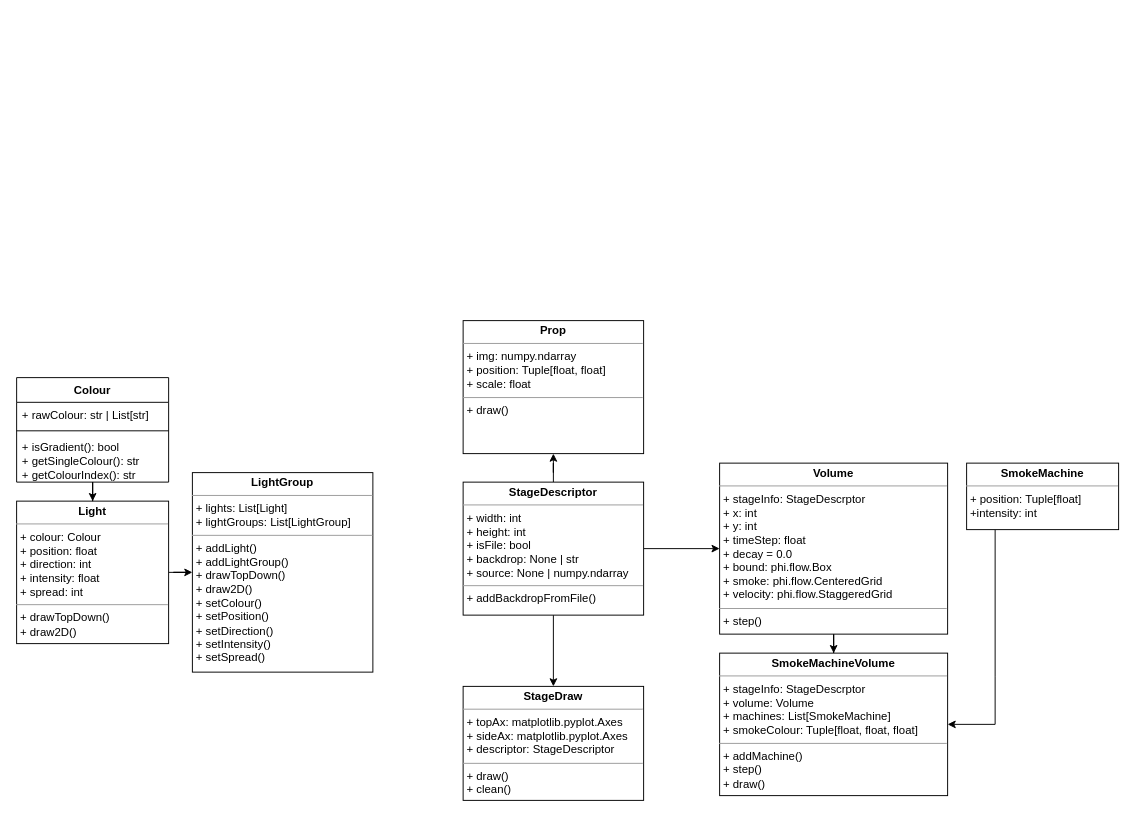
Above: docs/report/uml.drawio in imlodinu/comp1005-spinal_tap_sim (draw.io), before the change. Source tidied: cells renumbered, new cells numbered last; positions are measured from the earlier drawing's top-left corner, leaving out a move shared by most shapes. Both pictures are drawn from the tidied source at 95%, with x=0, y=0 at pixel (16, 320).
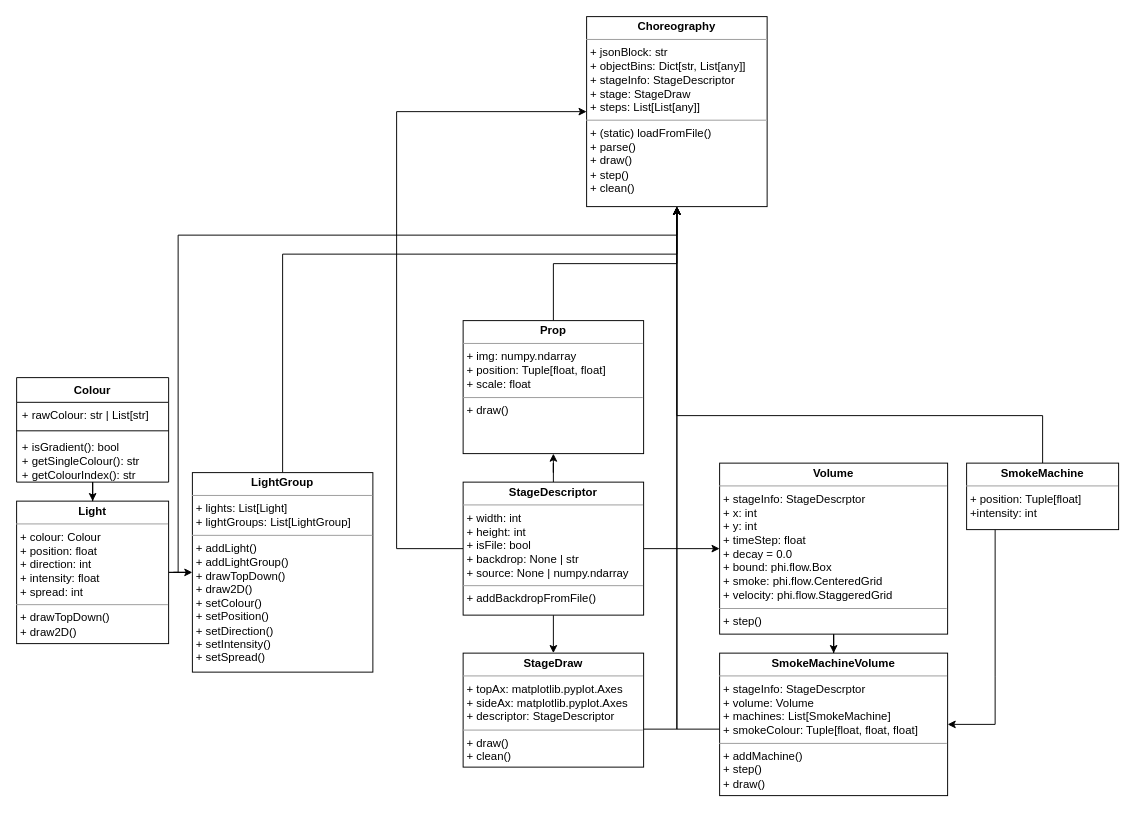
The same diagram, later.

Unchanged cells that the change refers to:
```xml
<mxCell id="3" value="&lt;p style=&quot;margin:0px;margin-top:4px;text-align:center;&quot;&gt;&lt;b&gt;Light&lt;br&gt;&lt;/b&gt;&lt;/p&gt;&lt;hr size=&quot;1&quot;&gt;&lt;p style=&quot;margin:0px;margin-left:4px;&quot;&gt;+ colour: Colour&lt;/p&gt;&lt;p style=&quot;margin:0px;margin-left:4px;&quot;&gt;+ position: float&lt;/p&gt;&lt;p style=&quot;margin:0px;margin-left:4px;&quot;&gt;+ direction: int&lt;/p&gt;&lt;p style=&quot;margin:0px;margin-left:4px;&quot;&gt;+ intensity: float&lt;/p&gt;&lt;p style=&quot;margin:0px;margin-left:4px;&quot;&gt;+ spread: int&lt;br&gt;&lt;/p&gt;&lt;hr size=&quot;1&quot;&gt;&lt;p style=&quot;margin:0px;margin-left:4px;&quot;&gt;+ drawTopDown()&lt;/p&gt;&lt;p style=&quot;margin:0px;margin-left:4px;&quot;&gt;+ draw2D()&lt;/p&gt;" style="verticalAlign=top;align=left;overflow=fill;fontSize=12;fontFamily=Helvetica;html=1;whiteSpace=wrap;" parent="1" vertex="1">
  <mxGeometry y="190" width="160" height="150" as="geometry" />
</mxCell>
<mxCell id="9" value="&lt;p style=&quot;margin:0px;margin-top:4px;text-align:center;&quot;&gt;&lt;b&gt;LightGroup&lt;/b&gt;&lt;br&gt;&lt;/p&gt;&lt;hr size=&quot;1&quot;&gt;&lt;p style=&quot;margin:0px;margin-left:4px;&quot;&gt;+ lights: List[Light]&lt;/p&gt;&lt;p style=&quot;margin:0px;margin-left:4px;&quot;&gt;+ lightGroups: List[LightGroup]&lt;br&gt;&lt;/p&gt;&lt;hr size=&quot;1&quot;&gt;&lt;p style=&quot;margin:0px;margin-left:4px;&quot;&gt;+ addLight()&lt;/p&gt;&lt;p style=&quot;margin:0px;margin-left:4px;&quot;&gt;+ addLightGroup()&lt;/p&gt;&lt;p style=&quot;margin:0px;margin-left:4px;&quot;&gt;+ drawTopDown()&lt;/p&gt;&lt;p style=&quot;margin:0px;margin-left:4px;&quot;&gt;+ draw2D()&lt;/p&gt;&lt;p style=&quot;margin:0px;margin-left:4px;&quot;&gt;+ setColour()&lt;/p&gt;&lt;p style=&quot;margin:0px;margin-left:4px;&quot;&gt;+ setPosition()&lt;/p&gt;&lt;p style=&quot;margin:0px;margin-left:4px;&quot;&gt;+ setDirection()&lt;/p&gt;&lt;p style=&quot;margin:0px;margin-left:4px;&quot;&gt;+ setIntensity()&lt;/p&gt;&lt;p style=&quot;margin:0px;margin-left:4px;&quot;&gt;+ setSpread()&lt;br&gt;&lt;/p&gt;" style="verticalAlign=top;align=left;overflow=fill;fontSize=12;fontFamily=Helvetica;html=1;whiteSpace=wrap;" parent="1" vertex="1">
  <mxGeometry x="185" y="160" width="190" height="210" as="geometry" />
</mxCell>
<mxCell id="11" value="&lt;p style=&quot;margin:0px;margin-top:4px;text-align:center;&quot;&gt;&lt;b&gt;SmokeMachine&lt;br&gt;&lt;/b&gt;&lt;/p&gt;&lt;hr size=&quot;1&quot;&gt;&lt;p style=&quot;margin:0px;margin-left:4px;&quot;&gt;+ position: Tuple[float]&lt;br&gt;&lt;/p&gt;&lt;p style=&quot;margin:0px;margin-left:4px;&quot;&gt;+intensity: int&lt;br&gt;&lt;/p&gt;" style="verticalAlign=top;align=left;overflow=fill;fontSize=12;fontFamily=Helvetica;html=1;whiteSpace=wrap;" parent="1" vertex="1">
  <mxGeometry x="1000" y="150" width="160" height="70" as="geometry" />
</mxCell>
<mxCell id="15" value="&lt;p style=&quot;margin:0px;margin-top:4px;text-align:center;&quot;&gt;&lt;b&gt;StageDescriptor&lt;br&gt;&lt;/b&gt;&lt;/p&gt;&lt;hr size=&quot;1&quot;&gt;&lt;p style=&quot;margin:0px;margin-left:4px;&quot;&gt;+ width: int&lt;/p&gt;&lt;p style=&quot;margin:0px;margin-left:4px;&quot;&gt;+ height: int&lt;/p&gt;&lt;p style=&quot;margin:0px;margin-left:4px;&quot;&gt;+ isFile: bool&lt;/p&gt;&lt;p style=&quot;margin:0px;margin-left:4px;&quot;&gt;+ backdrop: None | str&lt;/p&gt;&lt;p style=&quot;margin:0px;margin-left:4px;&quot;&gt;+ source: None | numpy.ndarray&lt;br&gt;&lt;/p&gt;&lt;hr size=&quot;1&quot;&gt;&lt;p style=&quot;margin:0px;margin-left:4px;&quot;&gt;+ addBackdropFromFile()&lt;/p&gt;" style="verticalAlign=top;align=left;overflow=fill;fontSize=12;fontFamily=Helvetica;html=1;whiteSpace=wrap;" parent="1" vertex="1">
  <mxGeometry x="470" y="170" width="190" height="140" as="geometry" />
</mxCell>
<mxCell id="19" value="&lt;p style=&quot;margin:0px;margin-top:4px;text-align:center;&quot;&gt;&lt;b&gt;SmokeMachineVolume&lt;br&gt;&lt;/b&gt;&lt;/p&gt;&lt;hr size=&quot;1&quot;&gt;&lt;p style=&quot;margin:0px;margin-left:4px;&quot;&gt;+ stageInfo: StageDescrptor&lt;/p&gt;&lt;p style=&quot;margin:0px;margin-left:4px;&quot;&gt;+ volume: Volume&lt;/p&gt;&lt;p style=&quot;margin:0px;margin-left:4px;&quot;&gt;+ machines: List[SmokeMachine]&lt;/p&gt;&lt;p style=&quot;margin:0px;margin-left:4px;&quot;&gt;+ smokeColour: Tuple[float, float, float]&lt;br&gt;&lt;/p&gt;&lt;hr size=&quot;1&quot;&gt;&lt;p style=&quot;margin:0px;margin-left:4px;&quot;&gt;+ addMachine()&lt;/p&gt;&lt;p style=&quot;margin:0px;margin-left:4px;&quot;&gt;+ step()&lt;/p&gt;&lt;p style=&quot;margin:0px;margin-left:4px;&quot;&gt;+ draw()&lt;/p&gt;&lt;p style=&quot;margin:0px;margin-left:4px;&quot;&gt;&lt;br&gt;&lt;/p&gt;" style="verticalAlign=top;align=left;overflow=fill;fontSize=12;fontFamily=Helvetica;html=1;whiteSpace=wrap;" parent="1" vertex="1">
  <mxGeometry x="740" y="350" width="240" height="150" as="geometry" />
</mxCell>
<mxCell id="20" value="&lt;p style=&quot;margin:0px;margin-top:4px;text-align:center;&quot;&gt;&lt;b&gt;Prop&lt;br&gt;&lt;/b&gt;&lt;/p&gt;&lt;hr size=&quot;1&quot;&gt;&lt;p style=&quot;margin:0px;margin-left:4px;&quot;&gt;+ img: numpy.ndarray&lt;/p&gt;&lt;p style=&quot;margin:0px;margin-left:4px;&quot;&gt;+ position: Tuple[float, float]&lt;/p&gt;&lt;p style=&quot;margin:0px;margin-left:4px;&quot;&gt;+ scale: float&lt;br&gt;&lt;/p&gt;&lt;hr size=&quot;1&quot;&gt;&lt;p style=&quot;margin:0px;margin-left:4px;&quot;&gt;+ draw()&lt;/p&gt;" style="verticalAlign=top;align=left;overflow=fill;fontSize=12;fontFamily=Helvetica;html=1;whiteSpace=wrap;" parent="1" vertex="1">
  <mxGeometry x="470" width="190" height="140" as="geometry" />
</mxCell>
```

The edit, as a diff of the source:
```diff
@@
+    <mxCell id="21" style="edgeStyle=orthogonalEdgeStyle;rounded=0;jettySize=auto;html=1;" parent="1" edge="1" source="3" target="28">
+      <mxGeometry relative="1" as="geometry">
+        <Array as="points">
+          <mxPoint x="170" y="265" />
+          <mxPoint x="170" y="-90" />
+          <mxPoint x="695" y="-90" />
+        </Array>
+      </mxGeometry>
+    </mxCell>
@@
+    <mxCell id="22" style="edgeStyle=orthogonalEdgeStyle;rounded=0;jettySize=auto;html=1;" parent="1" edge="1" source="9" target="28">
+      <mxGeometry relative="1" as="geometry">
+        <Array as="points">
+          <mxPoint x="280" y="-70" />
+          <mxPoint x="695" y="-70" />
+        </Array>
+      </mxGeometry>
+    </mxCell>
@@
+    <mxCell id="23" style="edgeStyle=orthogonalEdgeStyle;rounded=0;jettySize=auto;html=1;" parent="1" edge="1" source="11" target="28">
+      <mxGeometry relative="1" as="geometry">
+        <Array as="points">
+          <mxPoint x="1080" y="100" />
+          <mxPoint x="695" y="100" />
+        </Array>
+      </mxGeometry>
+    </mxCell>
@@
+    <mxCell id="24" style="edgeStyle=orthogonalEdgeStyle;rounded=0;jettySize=auto;html=1;" parent="1" edge="1" source="15" target="28">
+      <mxGeometry relative="1" as="geometry">
+        <Array as="points">
+          <mxPoint x="400" y="240" />
+          <mxPoint x="400" y="-220" />
+        </Array>
+      </mxGeometry>
+    </mxCell>
@@
+    <mxCell id="25" style="edgeStyle=orthogonalEdgeStyle;rounded=0;jettySize=auto;html=1;" parent="1" edge="1" source="16" target="28">
+      <mxGeometry relative="1" as="geometry">
+        <Array as="points">
+          <mxPoint x="695" y="430" />
+        </Array>
+      </mxGeometry>
+    </mxCell>
     <mxCell id="16" value="&lt;p style=&quot;margin:0px;margin-top:4px;text-align:center;&quot;&gt;&lt;b&gt;StageDraw&lt;br&gt;&lt;/b&gt;&lt;/p&gt;&lt;hr size=&quot;1&quot;&gt;&lt;p style=&quot;margin:0px;margin-left:4px;&quot;&gt;+ topAx: matplotlib.pyplot.Axes&lt;/p&gt;&lt;p style=&quot;margin:0px;margin-left:4px;&quot;&gt;+ sideAx: matplotlib.pyplot.Axes&lt;/p&gt;&lt;p style=&quot;margin:0px;margin-left:4px;&quot;&gt;+ descriptor: StageDescriptor&lt;br&gt;&lt;/p&gt;&lt;hr size=&quot;1&quot;&gt;&lt;p style=&quot;margin:0px;margin-left:4px;&quot;&gt;+ draw()&lt;/p&gt;&lt;p style=&quot;margin:0px;margin-left:4px;&quot;&gt;+ clean()&lt;br&gt;&lt;/p&gt;" style="verticalAlign=top;align=left;overflow=fill;fontSize=12;fontFamily=Helvetica;html=1;whiteSpace=wrap;" parent="1" vertex="1">
-      <mxGeometry x="470" y="385" width="190" height="120" as="geometry" />
+      <mxGeometry x="470" y="350" width="190" height="120" as="geometry" />
     </mxCell>
@@
+    <mxCell id="26" style="edgeStyle=orthogonalEdgeStyle;rounded=0;jettySize=auto;html=1;" parent="1" edge="1" source="19" target="28">
+      <mxGeometry relative="1" as="geometry">
+        <Array as="points">
+          <mxPoint x="695" y="430" />
+        </Array>
+      </mxGeometry>
+    </mxCell>
@@
+    <mxCell id="27" style="edgeStyle=orthogonalEdgeStyle;rounded=0;jettySize=auto;html=1;" parent="1" edge="1" source="20" target="28">
+      <mxGeometry relative="1" as="geometry" />
+    </mxCell>
@@
+    <mxCell id="28" value="&lt;p style=&quot;margin:0px;margin-top:4px;text-align:center;&quot;&gt;&lt;b&gt;Choreography&lt;/b&gt;&lt;br&gt;&lt;/p&gt;&lt;hr size=&quot;1&quot;&gt;&lt;p style=&quot;margin:0px;margin-left:4px;&quot;&gt;+ jsonBlock: str&lt;br&gt;&lt;/p&gt;&lt;p style=&quot;margin:0px;margin-left:4px;&quot;&gt;+ objectBins: Dict[str, List[any]]&lt;/p&gt;&lt;p style=&quot;margin:0px;margin-left:4px;&quot;&gt;+ stageInfo: StageDescriptor&lt;/p&gt;&lt;p style=&quot;margin:0px;margin-left:4px;&quot;&gt;+ stage: StageDraw&lt;/p&gt;&lt;p style=&quot;margin:0px;margin-left:4px;&quot;&gt;+ steps: List[List[any]]&lt;br&gt;&lt;/p&gt;&lt;hr size=&quot;1&quot;&gt;&lt;p style=&quot;margin:0px;margin-left:4px;&quot;&gt;+ (static) loadFromFile()&lt;/p&gt;&lt;p style=&quot;margin:0px;margin-left:4px;&quot;&gt;+ parse()&lt;/p&gt;&lt;p style=&quot;margin:0px;margin-left:4px;&quot;&gt;+ draw()&lt;/p&gt;&lt;p style=&quot;margin:0px;margin-left:4px;&quot;&gt;+ step()&lt;/p&gt;&lt;p style=&quot;margin:0px;margin-left:4px;&quot;&gt;+ clean()&lt;br&gt;&lt;/p&gt;" style="verticalAlign=top;align=left;overflow=fill;fontSize=12;fontFamily=Helvetica;html=1;whiteSpace=wrap;" parent="1" vertex="1">
+      <mxGeometry x="600" y="-320" width="190" height="200" as="geometry" />
+    </mxCell>
```
